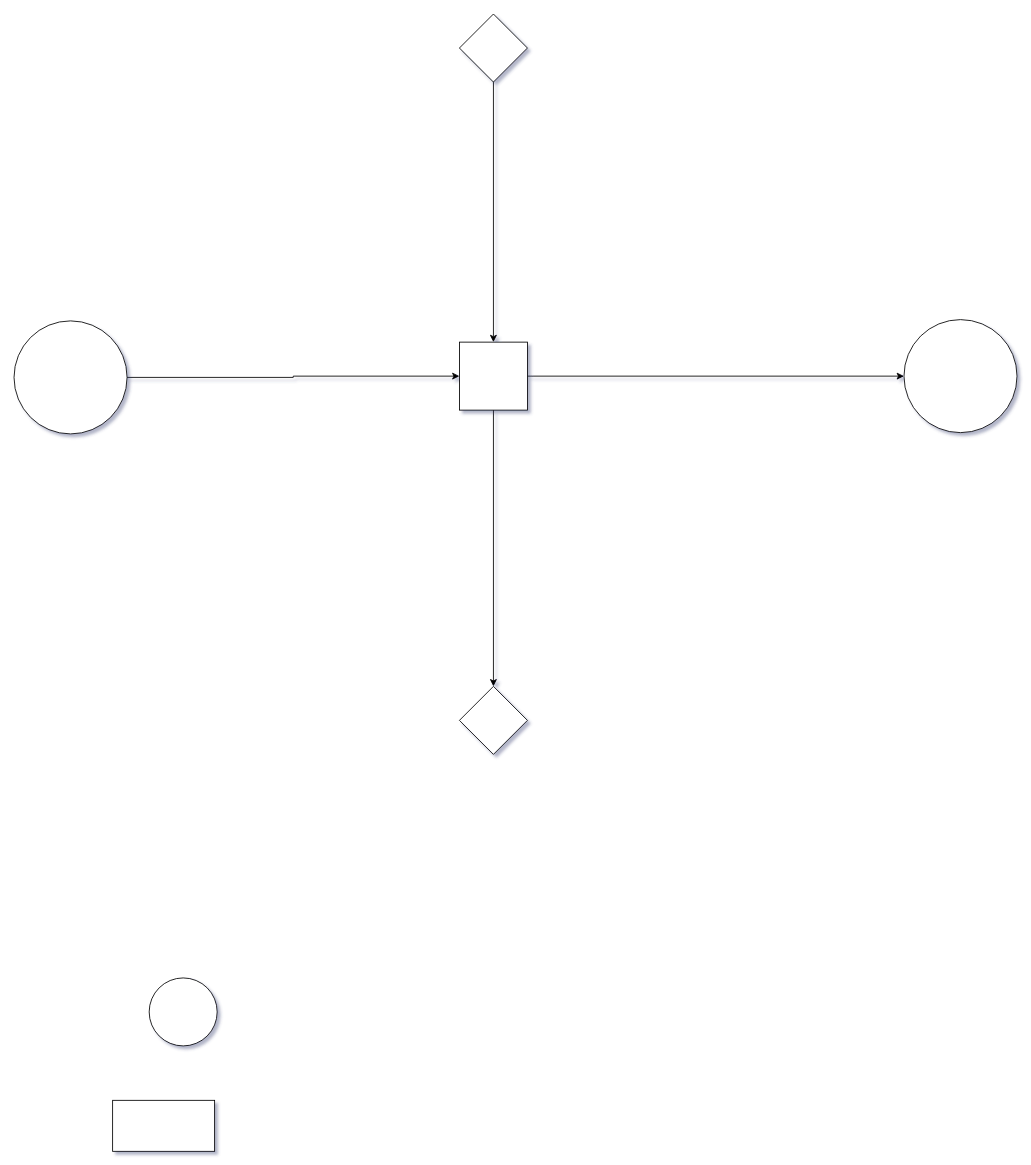
Above: diagrams/Untitled Diagram.drawio in Mr-Cai/Note (draw.io), before the change. Source tidied: cells renumbered, new cells numbered last; positions are measured from the earlier drawing's top-left corner, leaving out a move shared by most shapes. Both pictures are drawn from the tidied source at 85%, with x=0, y=0 at pixel (14, 14).
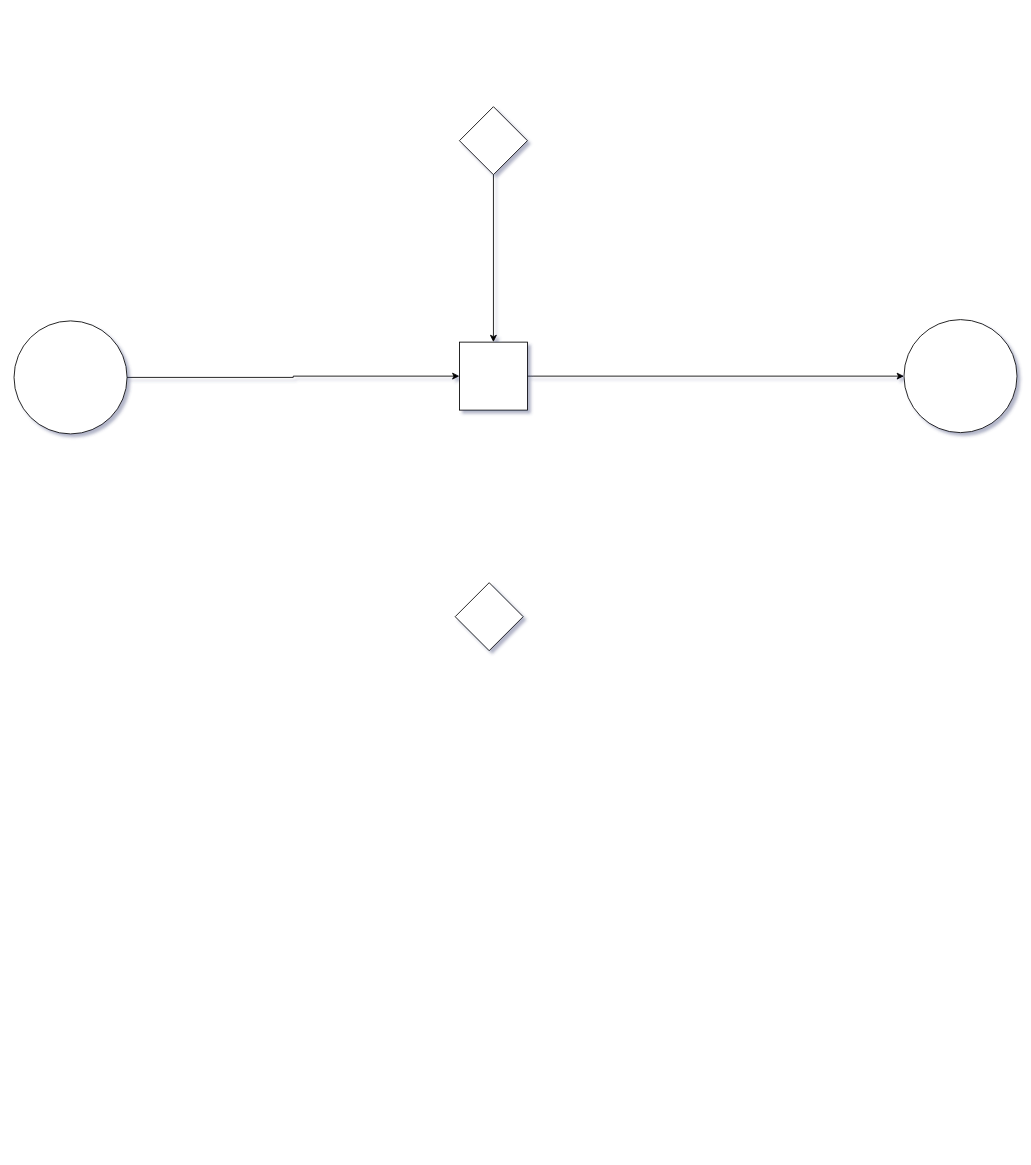
The same diagram, later.

Change to the diagram source:
```diff
@@
 <mxGraphModel shadow="1">
   <root>
     <mxCell id="0" />
     <mxCell id="1" parent="0" />
-    <mxCell id="2" style="ellipse;whiteSpace=wrap;html=1;" parent="1" vertex="1">
-      <mxGeometry x="159" y="1134" width="80" height="80" as="geometry" />
-    </mxCell>
-    <mxCell id="3" style="rounded=0;whiteSpace=wrap;html=1;" parent="1" vertex="1">
-      <mxGeometry x="116" y="1278" width="120" height="60" as="geometry" />
-    </mxCell>
     <mxCell id="4" style="edgeStyle=orthogonalEdgeStyle;rounded=0;jettySize=auto;html=1;" parent="1" edge="1" source="5" target="9">
       <mxGeometry relative="1" as="geometry" />
     </mxCell>
     <mxCell id="5" style="ellipse;whiteSpace=wrap;html=1;" parent="1" vertex="1">
       <mxGeometry y="361" width="133" height="133" as="geometry" />
     </mxCell>
     <mxCell id="6" style="ellipse;whiteSpace=wrap;html=1;" parent="1" vertex="1">
       <mxGeometry x="1047" y="359.5" width="133" height="133" as="geometry" />
     </mxCell>
     <mxCell id="7" style="edgeStyle=orthogonalEdgeStyle;rounded=0;jettySize=auto;html=1;" parent="1" edge="1" source="9" target="6">
       <mxGeometry relative="1" as="geometry" />
     </mxCell>
-    <mxCell id="8" style="edgeStyle=orthogonalEdgeStyle;rounded=0;jettySize=auto;html=1;entryX=0.5;entryY=0;entryDx=0;entryDy=0;" parent="1" edge="1" source="9" target="12">
-      <mxGeometry relative="1" as="geometry" />
-    </mxCell>
     <mxCell id="9" style="whiteSpace=wrap;html=1;" parent="1" vertex="1">
       <mxGeometry x="524" y="386" width="80" height="80" as="geometry" />
     </mxCell>
     <mxCell id="10" style="edgeStyle=orthogonalEdgeStyle;rounded=0;jettySize=auto;html=1;entryX=0.5;entryY=0;entryDx=0;entryDy=0;" parent="1" edge="1" source="11" target="9">
       <mxGeometry relative="1" as="geometry" />
     </mxCell>
     <mxCell id="11" style="rhombus;whiteSpace=wrap;html=1;" parent="1" vertex="1">
-      <mxGeometry x="524" width="80" height="80" as="geometry" />
+      <mxGeometry x="524" y="109" width="80" height="80" as="geometry" />
     </mxCell>
     <mxCell id="12" style="rhombus;whiteSpace=wrap;html=1;" parent="1" vertex="1">
-      <mxGeometry x="524" y="791" width="80" height="80" as="geometry" />
+      <mxGeometry x="519" y="669" width="80" height="80" as="geometry" />
     </mxCell>
   </root>
 </mxGraphModel>
```
